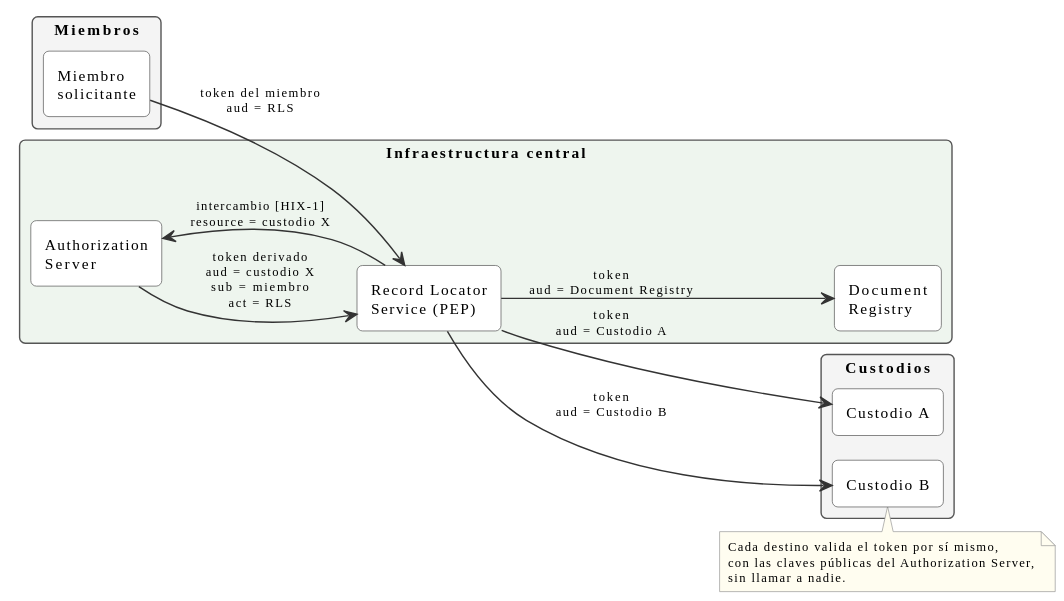
Before: input/images/hix-delegacion.svg, a diagram exported from PlantUML (meddyg/HIX). Its diagram source:
```plantuml
@startuml
!pragma layout smetana
skinparam shadowing false
skinparam defaultFontName Verdana
skinparam defaultFontSize 11
skinparam rectangle {
  BackgroundColor white
  BorderColor #555555
  RoundCorner 8
}
skinparam arrow {
  Color #333333
  FontSize 9
}
skinparam note {
  BackgroundColor #FFFDF0
  BorderColor #999999
  FontSize 9
}
left to right direction

rectangle "Miembros" as MIEMBROS #F4F4F4 {
  rectangle "Miembro\nsolicitante" as M
}

rectangle "Infraestructura central" as CENTRO #EEF5EE {
  rectangle "Authorization\nServer" as AS
  rectangle "Record Locator\nService (PEP)" as RLS
  rectangle "Document\nRegistry" as REG
}

rectangle "Custodios" as CUSTODIOS #F4F4F4 {
  rectangle "Custodio A" as A
  rectangle "Custodio B" as B
}

M --> RLS : token del miembro\naud = RLS
RLS --> AS : intercambio [HIX-1]\nresource = custodio X
AS --> RLS : token derivado\naud = custodio X\nsub = miembro\nact = RLS
RLS --> REG : token\naud = Document Registry
RLS --> A : token\naud = Custodio A
RLS --> B : token\naud = Custodio B
note bottom of B
  Cada destino valida el token por sí mismo,
  con las claves públicas del Authorization Server,
  sin llamar a nadie.
end note
@enduml
```
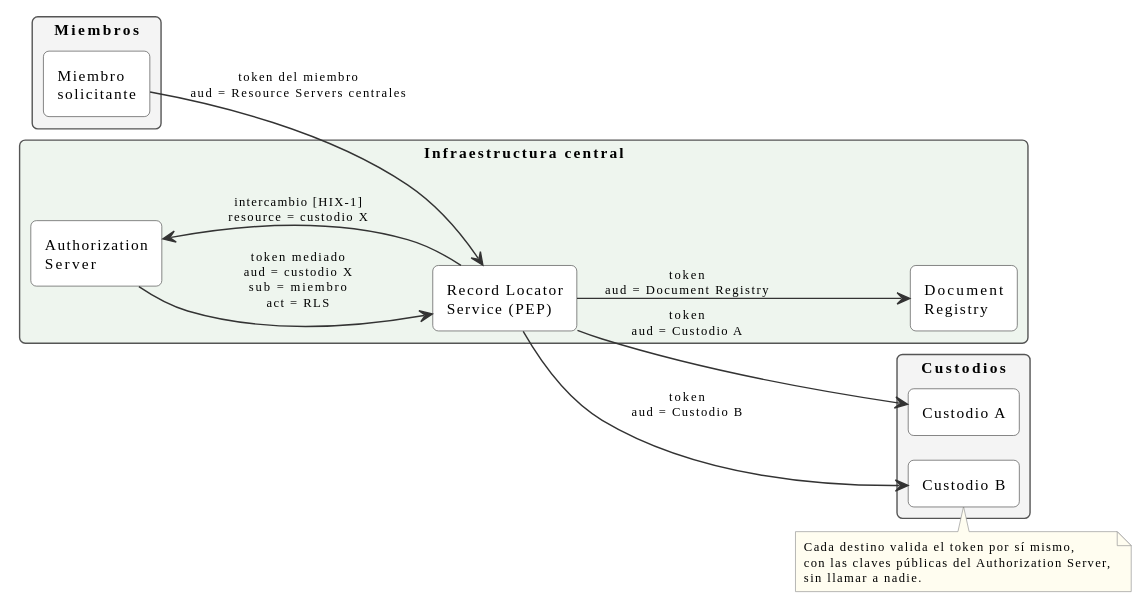
Above is the later version.

Change to the diagram source:
```diff
@@ -34,9 +34,9 @@
   rectangle "Custodio B" as B
 }
 
-M --> RLS : token del miembro\naud = RLS
+M --> RLS : token del miembro\naud = Resource Servers centrales
 RLS --> AS : intercambio [HIX-1]\nresource = custodio X
-AS --> RLS : token derivado\naud = custodio X\nsub = miembro\nact = RLS
+AS --> RLS : token mediado\naud = custodio X\nsub = miembro\nact = RLS
 RLS --> REG : token\naud = Document Registry
 RLS --> A : token\naud = Custodio A
 RLS --> B : token\naud = Custodio B
```
